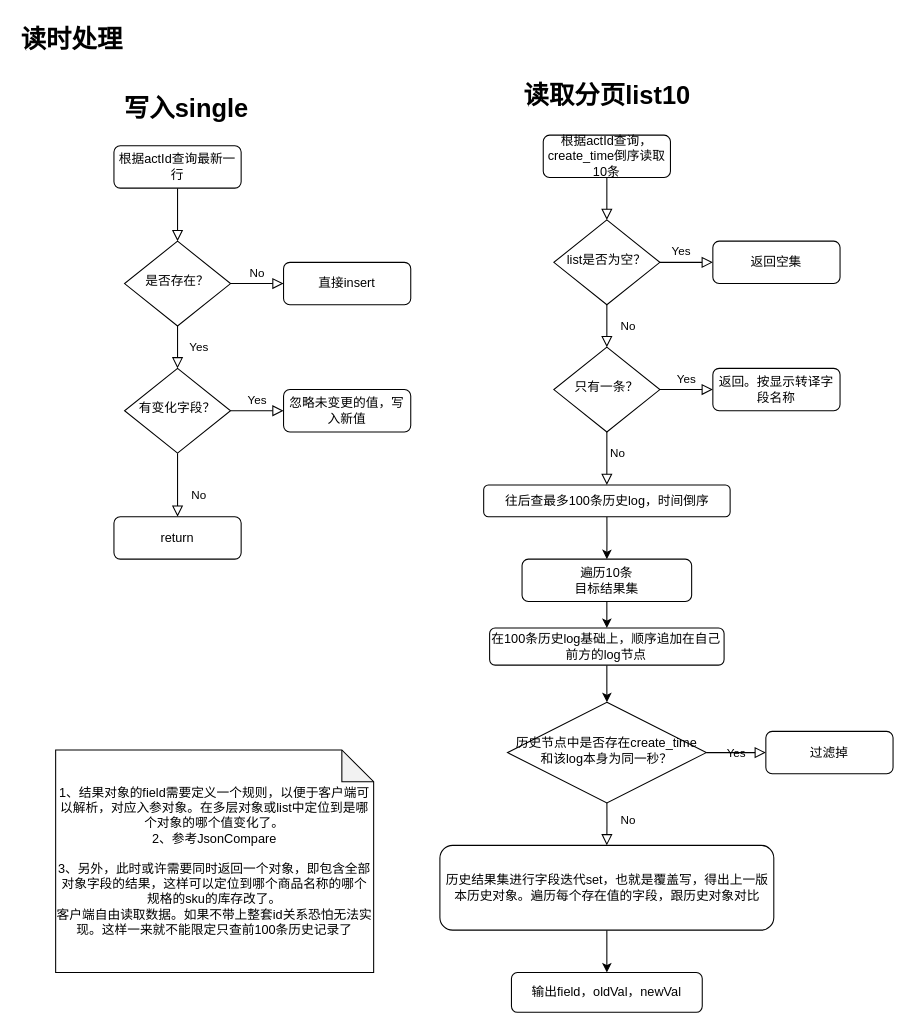
Luffybaga/draw keeps this draw.io diagram as 活动快照日志-流程图.drawio. Above is the earlier version. Source tidied: cells renumbered, new cells numbered last; positions are measured from the earlier drawing's top-left corner, leaving out a move shared by most shapes. Both pictures are drawn from the tidied source at 106%, with x=0, y=0 at pixel (18, 18).
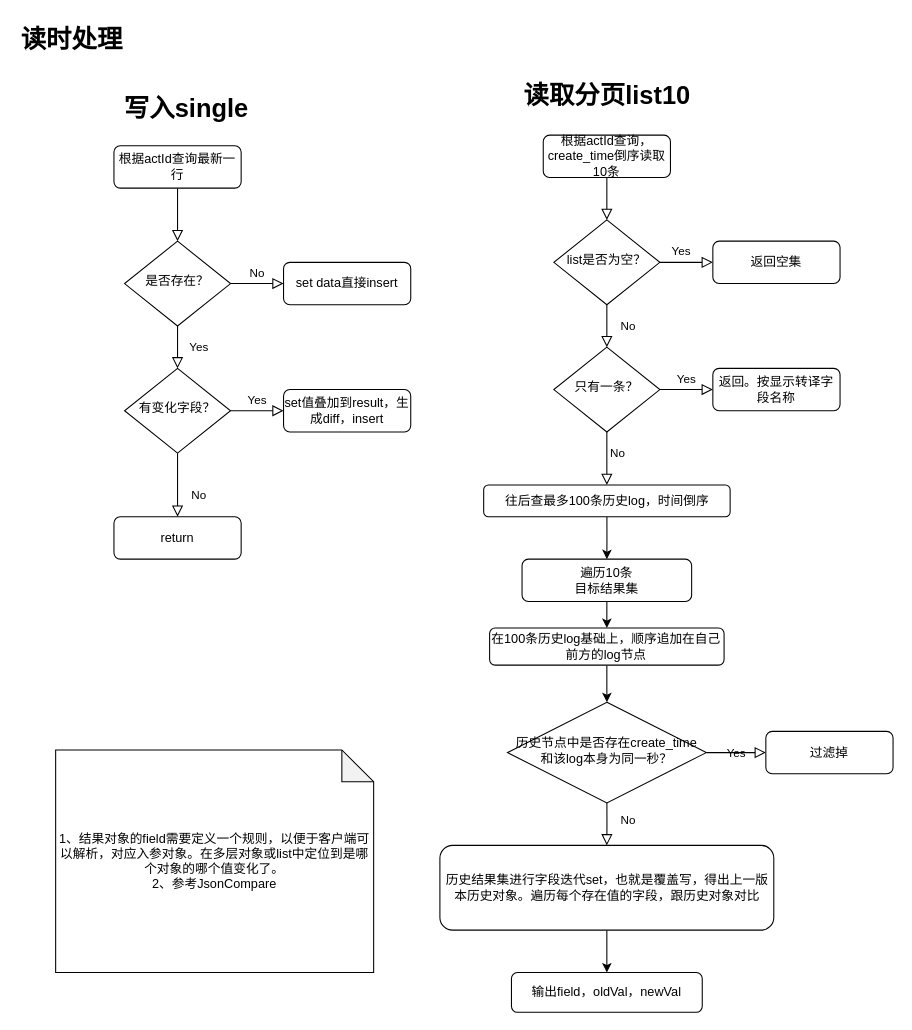
The same page after the edit.

Commit message:
更新活动快照日志-流程图.drawio

Diff of the diagram source:
```diff
@@
-    <mxCell id="7" value="直接insert" style="rounded=1;whiteSpace=wrap;html=1;fontSize=12;glass=0;strokeWidth=1;shadow=0;" parent="1" vertex="1">
+    <mxCell id="7" value="set data直接insert" style="rounded=1;whiteSpace=wrap;html=1;fontSize=12;glass=0;strokeWidth=1;shadow=0;" parent="1" vertex="1">
       <mxGeometry x="250" y="230" width="120" height="40" as="geometry" />
     </mxCell>
@@
-    <mxCell id="12" value="忽略未变更的值，写入新值" style="rounded=1;whiteSpace=wrap;html=1;fontSize=12;glass=0;strokeWidth=1;shadow=0;" parent="1" vertex="1">
+    <mxCell id="12" value="set值叠加到result，生成diff，insert" style="rounded=1;whiteSpace=wrap;html=1;fontSize=12;glass=0;strokeWidth=1;shadow=0;" parent="1" vertex="1">
       <mxGeometry x="250" y="350" width="120" height="40" as="geometry" />
     </mxCell>
@@
-    <mxCell id="39" value="1、结果对象的field需要定义一个规则，以便于客户端可以解析，对应入参对象。在多层对象或list中定位到是哪个对象的哪个值变化了。&lt;br&gt;2、参考JsonCompare&lt;br&gt;&lt;br&gt;3、另外，此时或许需要同时返回一个对象，即包含全部对象字段的结果，这样可以定位到哪个商品名称的哪个规格的sku的库存改了。&lt;br&gt;客户端自由读取数据。如果不带上整套id关系恐怕无法实现。这样一来就不能限定只查前100条历史记录了" style="shape=note;whiteSpace=wrap;html=1;backgroundOutline=1;darkOpacity=0.05;" parent="1" vertex="1">
+    <mxCell id="39" value="1、结果对象的field需要定义一个规则，以便于客户端可以解析，对应入参对象。在多层对象或list中定位到是哪个对象的哪个值变化了。&lt;br&gt;2、参考JsonCompare" style="shape=note;whiteSpace=wrap;html=1;backgroundOutline=1;darkOpacity=0.05;" parent="1" vertex="1">
       <mxGeometry x="35" y="690" width="300" height="210" as="geometry" />
     </mxCell>
```
